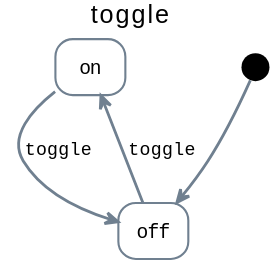
Before: docs/images/toggle-machine-diagram.svg, a diagram exported from PlantUML (Masquerade-Circus/x-robot).
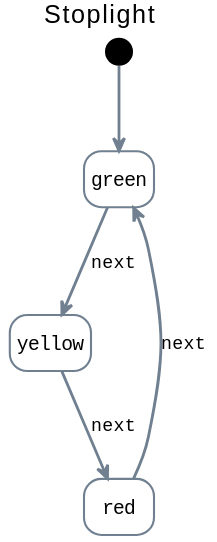
Above is the later version.

Change to the diagram source:
```diff
@@ -1,13 +1,15 @@
 @startuml
 
-title toggle
+title Stoplight
 
-state on<<default>>
-state off<<default>>
+state green<<default>>
+state yellow<<default>>
+state red<<default>>
 
-[*] --> off
-on -[#slategray]-> off: toggle
-off -[#slategray]-> on: toggle
+[*] --> green
+green -[#slategray]-> yellow: next
+yellow -[#slategray]-> red: next
+red -[#slategray]-> green: next
 
 hide empty description
 skinparam backgroundColor white
```
